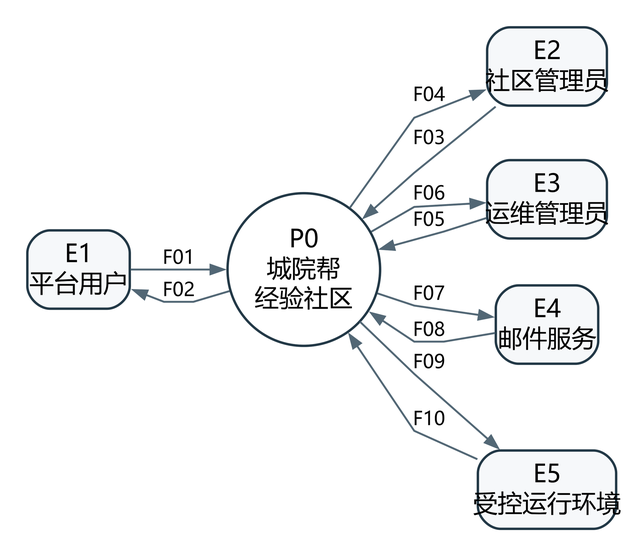
Earlier version of the Graphviz export docs/project/models/图表与模型/DFD00.png (jason-bitc/HZCU-CampusHub). Its source is kept beside it as docs/project/models/图表与模型/DFD00.dot.
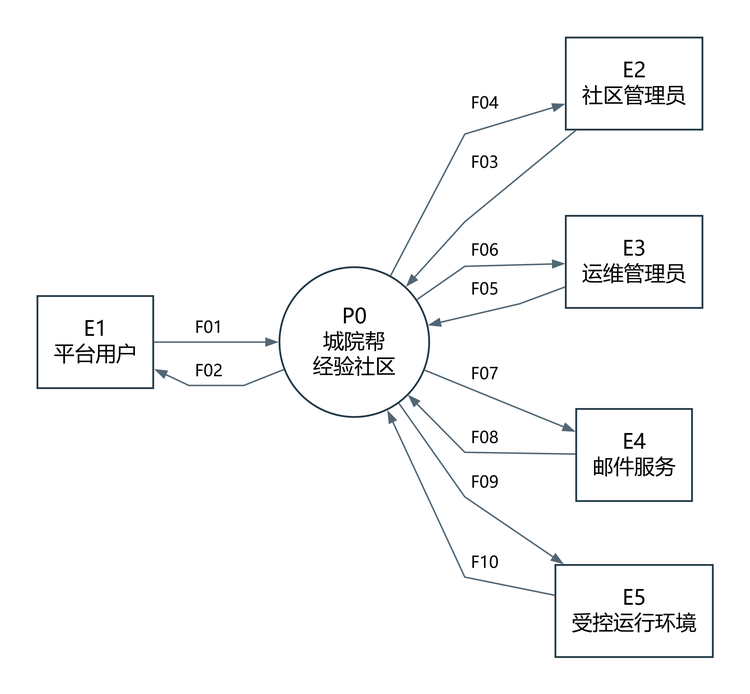
The same diagram one commit later.

Change to the diagram source:
```diff
@@ -1,21 +1,21 @@
 digraph G {
-graph [rankdir=LR,nodesep=0.30,ranksep=0.48,bgcolor="white",splines=polyline,pad=0.20];
-node [fontname="Microsoft YaHei",fontsize=13,color="#223846",penwidth=1.25,margin="0.10,0.07",style="rounded,filled",fillcolor="#F6F8FA"];
-edge [fontname="Microsoft YaHei",fontsize=10,color="#526775",arrowsize=0.7];
-"E1" [shape=box,label="E1\n平台用户"];
-"E2" [shape=box,label="E2\n社区管理员"];
-"E3" [shape=box,label="E3\n运维管理员"];
-"E4" [shape=box,label="E4\n邮件服务"];
-"E5" [shape=box,label="E5\n受控运行环境"];
-"P0" [shape=circle,label="P0\n城院帮\n经验社区",style="filled",fillcolor="white"];
-"E1" -> "P0" [label="F01"];
-"P0" -> "E1" [label="F02"];
-"E2" -> "P0" [label="F03"];
-"P0" -> "E2" [label="F04"];
-"E3" -> "P0" [label="F05"];
-"P0" -> "E3" [label="F06"];
-"P0" -> "E4" [label="F07"];
-"E4" -> "P0" [label="F08"];
-"P0" -> "E5" [label="F09"];
-"E5" -> "P0" [label="F10"];
+graph [rankdir=LR,nodesep=0.45,ranksep=0.65,bgcolor="white",splines=polyline,pad=0.35];
+node [fontname="Microsoft YaHei",fontsize=14,color="#223846",penwidth=1.2,margin="0.12,0.10",fillcolor="white",style="filled"];
+edge [fontname="Microsoft YaHei",fontsize=11,color="#526775",arrowsize=0.7];
+"E1" [shape=box,label="E1\n平台用户",width=1.083,height=0.861];
+"E2" [shape=box,label="E2\n社区管理员",width=1.278,height=0.861];
+"E3" [shape=box,label="E3\n运维管理员",width=1.278,height=0.861];
+"E4" [shape=box,label="E4\n邮件服务",width=1.083,height=0.861];
+"E5" [shape=box,label="E5\n受控运行环境",width=1.472,height=0.861];
+"P0" [shape=circle,label="P0\n城院帮\n经验社区",width=1.400,height=1.400];
+"E1" -> "P0" [label=<<TABLE BORDER="0" CELLBORDER="0" CELLPADDING="2" WIDTH="37"><TR><TD><FONT FACE="Microsoft YaHei" POINT-SIZE="11">F01</FONT></TD></TR></TABLE>>];
+"P0" -> "E1" [label=<<TABLE BORDER="0" CELLBORDER="0" CELLPADDING="2" WIDTH="37"><TR><TD><FONT FACE="Microsoft YaHei" POINT-SIZE="11">F02</FONT></TD></TR></TABLE>>];
+"E2" -> "P0" [label=<<TABLE BORDER="0" CELLBORDER="0" CELLPADDING="2" WIDTH="37"><TR><TD><FONT FACE="Microsoft YaHei" POINT-SIZE="11">F03</FONT></TD></TR></TABLE>>];
+"P0" -> "E2" [label=<<TABLE BORDER="0" CELLBORDER="0" CELLPADDING="2" WIDTH="37"><TR><TD><FONT FACE="Microsoft YaHei" POINT-SIZE="11">F04</FONT></TD></TR></TABLE>>];
+"E3" -> "P0" [label=<<TABLE BORDER="0" CELLBORDER="0" CELLPADDING="2" WIDTH="37"><TR><TD><FONT FACE="Microsoft YaHei" POINT-SIZE="11">F05</FONT></TD></TR></TABLE>>];
+"P0" -> "E3" [label=<<TABLE BORDER="0" CELLBORDER="0" CELLPADDING="2" WIDTH="37"><TR><TD><FONT FACE="Microsoft YaHei" POINT-SIZE="11">F06</FONT></TD></TR></TABLE>>];
+"P0" -> "E4" [label=<<TABLE BORDER="0" CELLBORDER="0" CELLPADDING="2" WIDTH="37"><TR><TD><FONT FACE="Microsoft YaHei" POINT-SIZE="11">F07</FONT></TD></TR></TABLE>>];
+"E4" -> "P0" [label=<<TABLE BORDER="0" CELLBORDER="0" CELLPADDING="2" WIDTH="37"><TR><TD><FONT FACE="Microsoft YaHei" POINT-SIZE="11">F08</FONT></TD></TR></TABLE>>];
+"P0" -> "E5" [label=<<TABLE BORDER="0" CELLBORDER="0" CELLPADDING="2" WIDTH="37"><TR><TD><FONT FACE="Microsoft YaHei" POINT-SIZE="11">F09</FONT></TD></TR></TABLE>>];
+"E5" -> "P0" [label=<<TABLE BORDER="0" CELLBORDER="0" CELLPADDING="2" WIDTH="37"><TR><TD><FONT FACE="Microsoft YaHei" POINT-SIZE="11">F10</FONT></TD></TR></TABLE>>];
 }
```
